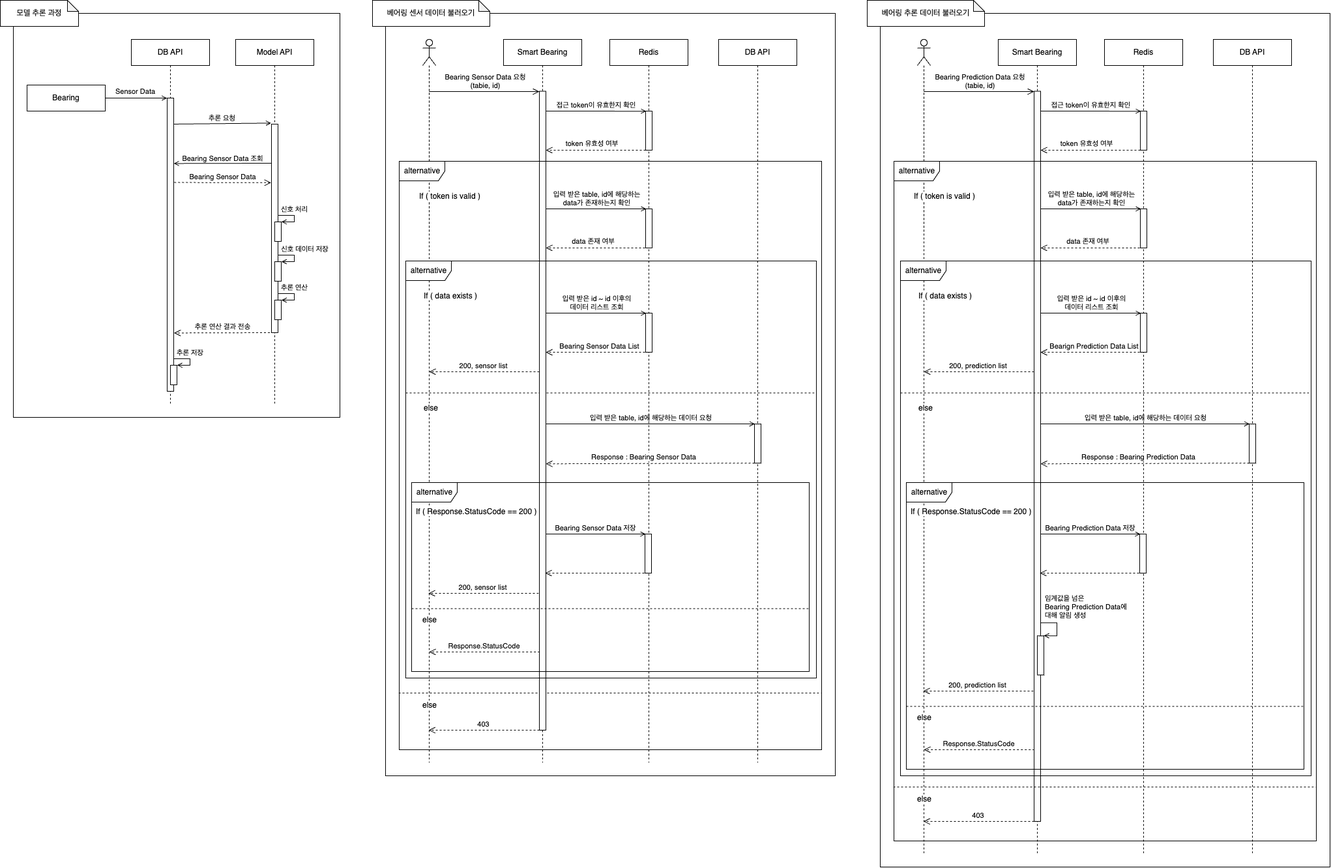
Before: document/sequence/sequence_bearing.png, a diagram exported from draw.io (SWTeam2/SmartBearing). Source tidied: cells renumbered, new cells last; positions are measured from the earlier drawing's top-left corner, leaving out a move shared by most shapes.
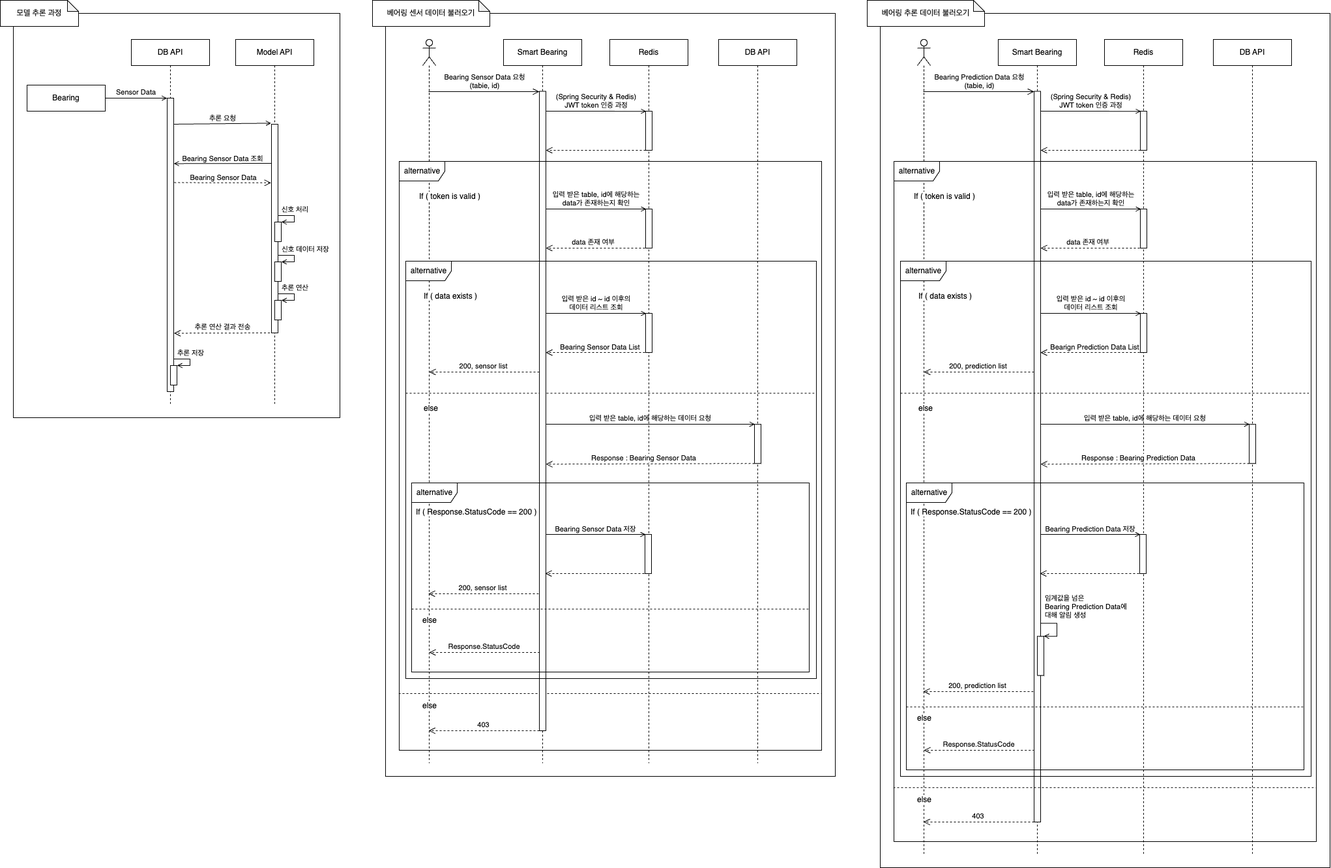
Later version of the same file.

Commit message:
sequence diagram 추가

The edit, as a diff of the source:
```diff
@@ -203,7 +203,7 @@
     <mxCell id="48" style="line;strokeWidth=1;dashed=1;labelPosition=center;verticalLabelPosition=bottom;align=left;verticalAlign=top;spacingLeft=20;spacingTop=15;fontColor=#FF3333;" parent="1" vertex="1">
       <mxGeometry x="611" y="1050" width="649" height="25.9" as="geometry" />
     </mxCell>
-    <mxCell id="49" value="접근 token이 유효한지 확인" style="html=1;verticalAlign=bottom;labelBackgroundColor=none;endArrow=open;endFill=0;rounded=0;entryX=0.095;entryY=0.003;entryDx=0;entryDy=0;entryPerimeter=0;" parent="1" edge="1" target="52">
+    <mxCell id="49" value="(Spring Security &amp;amp; Redis)&lt;br&gt;JWT token 인증 과정" style="html=1;verticalAlign=bottom;labelBackgroundColor=none;endArrow=open;endFill=0;rounded=0;entryX=0.095;entryY=0.003;entryDx=0;entryDy=0;entryPerimeter=0;" parent="1" edge="1" target="52">
       <mxGeometry relative="1" as="geometry">
         <mxPoint x="837" y="170" as="sourcePoint" />
       </mxGeometry>
@@ -214,11 +214,6 @@
         <mxPoint x="837" y="230" as="targetPoint" />
       </mxGeometry>
     </mxCell>
-    <mxCell id="51" value="token 유효성 여부&amp;nbsp;" style="edgeLabel;html=1;align=center;verticalAlign=middle;" parent="50" vertex="1">
-      <mxGeometry x="0.06" relative="1" as="geometry">
-        <mxPoint y="-10" as="offset" />
-      </mxGeometry>
-    </mxCell>
     <mxCell id="52" style="html=1;points=[];perimeter=orthogonalPerimeter;" parent="1" vertex="1">
       <mxGeometry x="990" y="170" width="10" height="60" as="geometry" />
     </mxCell>
@@ -333,7 +328,7 @@
     <mxCell id="80" style="line;strokeWidth=1;dashed=1;labelPosition=center;verticalLabelPosition=bottom;align=left;verticalAlign=top;spacingLeft=20;spacingTop=15;fontColor=#FF3333;" parent="1" vertex="1">
       <mxGeometry x="1370" y="1194.4" width="649" height="25.9" as="geometry" />
     </mxCell>
-    <mxCell id="81" value="접근 token이 유효한지 확인" style="html=1;verticalAlign=bottom;labelBackgroundColor=none;endArrow=open;endFill=0;rounded=0;entryX=0.095;entryY=0.003;entryDx=0;entryDy=0;entryPerimeter=0;" parent="1" edge="1" target="84">
+    <mxCell id="81" value="(Spring Security &amp;amp; Redis)&lt;br style=&quot;border-color: var(--border-color);&quot;&gt;JWT token 인증 과정" style="html=1;verticalAlign=bottom;labelBackgroundColor=none;endArrow=open;endFill=0;rounded=0;entryX=0.095;entryY=0.003;entryDx=0;entryDy=0;entryPerimeter=0;" parent="1" edge="1" target="84">
       <mxGeometry relative="1" as="geometry">
         <mxPoint x="1596" y="170" as="sourcePoint" />
       </mxGeometry>
@@ -344,11 +339,6 @@
         <mxPoint x="1596" y="230" as="targetPoint" />
       </mxGeometry>
     </mxCell>
-    <mxCell id="83" value="token 유효성 여부&amp;nbsp;" style="edgeLabel;html=1;align=center;verticalAlign=middle;" parent="82" vertex="1">
-      <mxGeometry x="0.06" relative="1" as="geometry">
-        <mxPoint y="-10" as="offset" />
-      </mxGeometry>
-    </mxCell>
     <mxCell id="84" style="html=1;points=[];perimeter=orthogonalPerimeter;" parent="1" vertex="1">
       <mxGeometry x="1749" y="170" width="10" height="60" as="geometry" />
     </mxCell>
```
